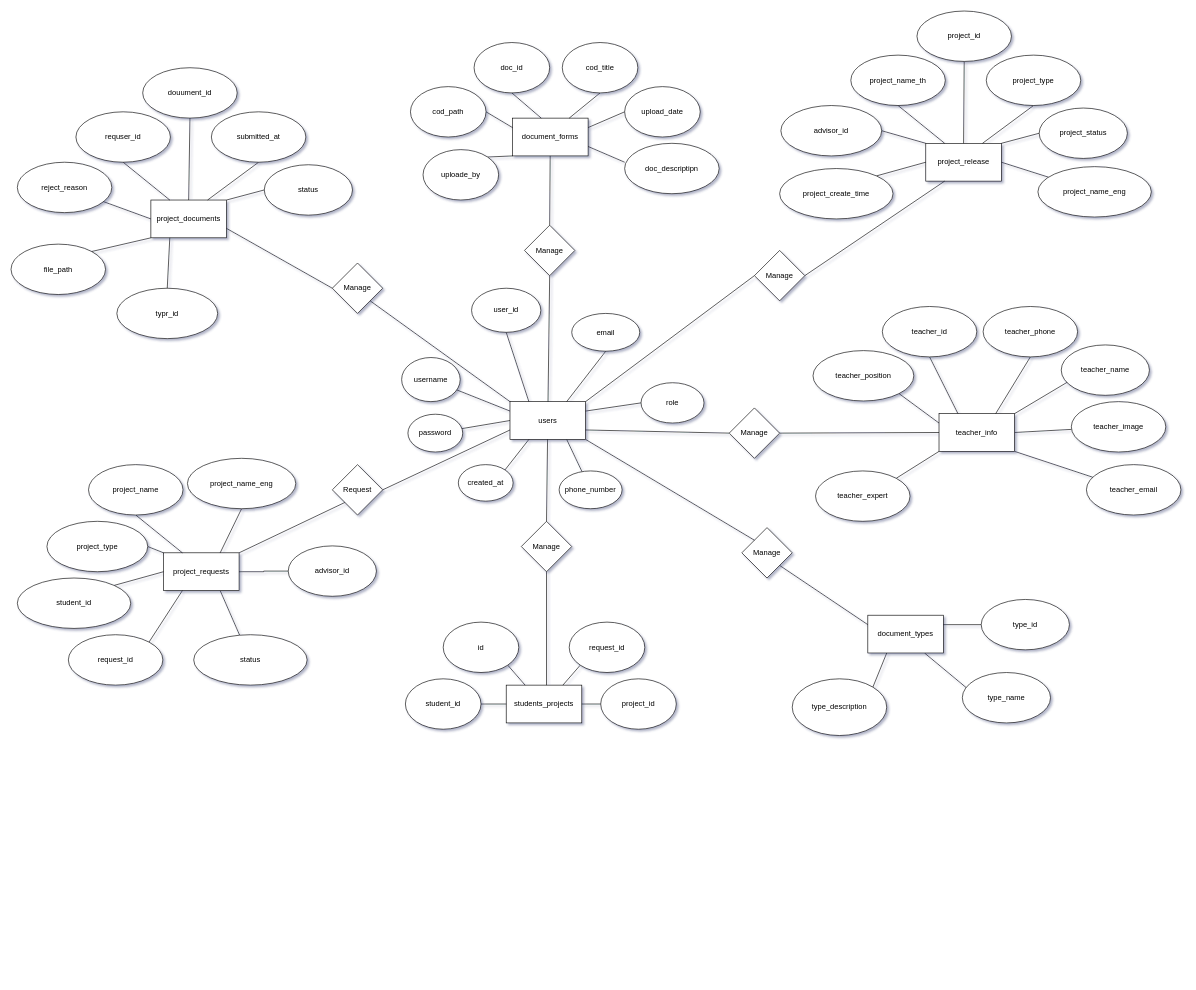
This is ER.drawio from ItsRyS/Diagram-pms, a draw.io file, before an edit. Source tidied: cells renumbered, new cells numbered last; positions are measured from the earlier drawing's top-left corner, leaving out a move shared by most shapes. Both pictures are drawn from the tidied source at 63%, with x=0, y=0 at pixel (11, 11).
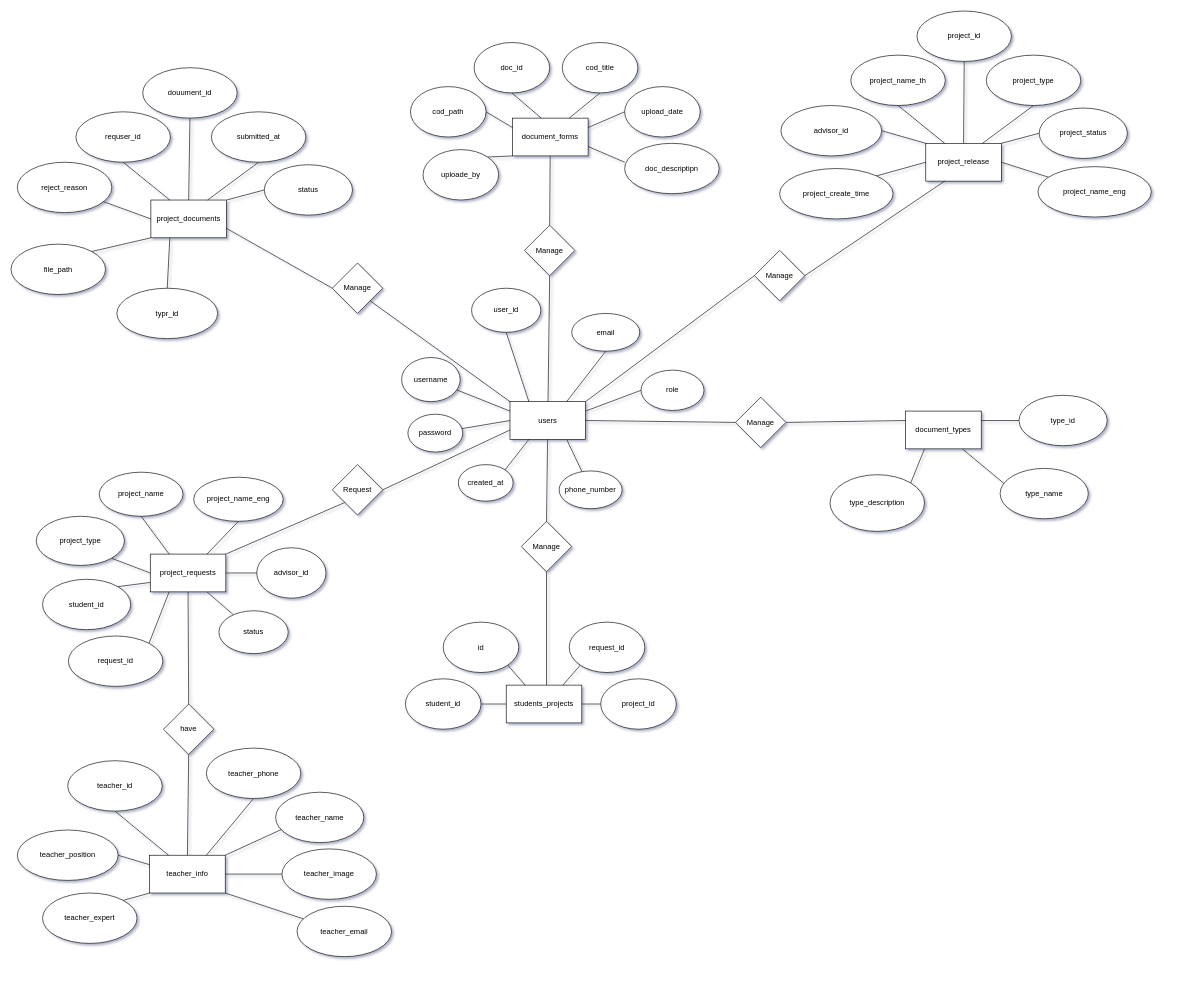
The same diagram, later.

Unchanged cells that the change refers to:
```xml
<mxCell id="82" style="group;" parent="1" vertex="1">
  <mxGeometry x="590" y="410" width="560" height="380" as="geometry" />
</mxCell>
<mxCell id="84" value="users" style="rounded=0;whiteSpace=wrap;" parent="82" vertex="1">
  <mxGeometry x="202" y="210" width="120" height="60" as="geometry" />
</mxCell>
<mxCell id="104" style="group;" parent="103" vertex="1">
  <mxGeometry width="574" height="351" as="geometry" />
</mxCell>
<mxCell id="106" value="teacher_info" style="rounded=0;whiteSpace=wrap;" parent="104" vertex="1">
  <mxGeometry x="190" y="180" width="120" height="60" as="geometry" />
</mxCell>
<mxCell id="134" style="group;" parent="129" vertex="1">
  <mxGeometry width="470" height="170" as="geometry" />
</mxCell>
<mxCell id="136" value="document_types" style="rounded=0;whiteSpace=wrap;" parent="135" vertex="1">
  <mxGeometry y="25" width="120" height="60" as="geometry" />
</mxCell>
```

Change to the diagram source:
```diff
@@
     <mxCell id="45" style="group;" parent="1" vertex="1">
-      <mxGeometry x="10" y="720" width="590" height="350" as="geometry" />
+      <mxGeometry x="10" y="722" width="590" height="350" as="geometry" />
     </mxCell>
@@
     <mxCell id="47" value="project_requests" style="rounded=0;whiteSpace=wrap;" parent="45" vertex="1">
-      <mxGeometry x="232" y="140" width="120" height="60" as="geometry" />
+      <mxGeometry x="211" y="140" width="120" height="60" as="geometry" />
     </mxCell>
@@
     <mxCell id="49" value="project_name_eng" style="ellipse;whiteSpace=wrap;" parent="45" vertex="1">
-      <mxGeometry x="270" y="-10" width="172" height="80" as="geometry" />
+      <mxGeometry x="280" y="18" width="142" height="70" as="geometry" />
     </mxCell>
@@
     <mxCell id="51" value="project_name" style="ellipse;whiteSpace=wrap;" parent="45" vertex="1">
-      <mxGeometry x="113" width="150" height="80" as="geometry" />
+      <mxGeometry x="130" y="10" width="133" height="70" as="geometry" />
     </mxCell>
@@
     <mxCell id="53" value="advisor_id" style="ellipse;whiteSpace=wrap;" parent="45" vertex="1">
-      <mxGeometry x="430" y="129" width="140" height="80" as="geometry" />
+      <mxGeometry x="380" y="130" width="110" height="80" as="geometry" />
     </mxCell>
     <mxCell id="54" value="status" style="ellipse;whiteSpace=wrap;" parent="45" vertex="1">
-      <mxGeometry x="280" y="270" width="180" height="80" as="geometry" />
+      <mxGeometry x="320" y="230" width="110" height="68" as="geometry" />
     </mxCell>
-    <mxCell id="55" style="rounded=0;jettySize=auto;exitX=1;exitY=0.5;exitDx=0;exitDy=0;entryX=0;entryY=0;entryDx=0;entryDy=0;endArrow=none;endFill=0;" parent="45" edge="1" source="56" target="47">
+    <mxCell id="55" style="rounded=0;jettySize=auto;exitX=1;exitY=1;exitDx=0;exitDy=0;entryX=0;entryY=0.5;entryDx=0;entryDy=0;endArrow=none;endFill=0;" parent="45" edge="1" source="56" target="47">
       <mxGeometry relative="1" as="geometry" />
     </mxCell>
     <mxCell id="56" value="project_type" style="ellipse;whiteSpace=wrap;" parent="45" vertex="1">
-      <mxGeometry x="47" y="90" width="160" height="80" as="geometry" />
+      <mxGeometry x="30" y="80" width="140" height="78" as="geometry" />
     </mxCell>
-    <mxCell id="57" style="rounded=0;jettySize=auto;exitX=1;exitY=0;exitDx=0;exitDy=0;entryX=0;entryY=0.5;entryDx=0;entryDy=0;endArrow=none;endFill=0;" parent="45" edge="1" source="58" target="47">
+    <mxCell id="57" style="rounded=0;jettySize=auto;exitX=1;exitY=0;exitDx=0;exitDy=0;entryX=0;entryY=0.75;entryDx=0;entryDy=0;endArrow=none;endFill=0;" parent="45" edge="1" source="58" target="47">
       <mxGeometry relative="1" as="geometry" />
     </mxCell>
     <mxCell id="58" value="student_id" style="ellipse;whiteSpace=wrap;" parent="45" vertex="1">
-      <mxGeometry y="180" width="180" height="80" as="geometry" />
+      <mxGeometry x="40" y="180" width="140" height="80" as="geometry" />
     </mxCell>
@@
     <mxCell id="88" value="role" style="ellipse;whiteSpace=wrap;" parent="82" vertex="1">
-      <mxGeometry x="410" y="180" width="100" height="64" as="geometry" />
+      <mxGeometry x="410" y="160" width="100" height="64" as="geometry" />
     </mxCell>
@@
     <mxCell id="103" style="group;" parent="1" vertex="1">
-      <mxGeometry x="1283" y="459" width="574" height="371" as="geometry" />
+      <mxGeometry x="30" y="1160" width="574" height="371" as="geometry" />
     </mxCell>
@@
     <mxCell id="108" value="teacher_phone" style="ellipse;whiteSpace=wrap;" parent="104" vertex="1">
-      <mxGeometry x="260" y="10" width="150" height="80" as="geometry" />
+      <mxGeometry x="280" y="10" width="150" height="80" as="geometry" />
     </mxCell>
@@
     <mxCell id="110" value="teacher_name" style="ellipse;whiteSpace=wrap;" parent="104" vertex="1">
-      <mxGeometry x="384" y="71" width="140" height="80" as="geometry" />
+      <mxGeometry x="390" y="80" width="140" height="80" as="geometry" />
     </mxCell>
     <mxCell id="111" value="teacher_image" style="ellipse;whiteSpace=wrap;" parent="104" vertex="1">
-      <mxGeometry x="400" y="161" width="150" height="80" as="geometry" />
+      <mxGeometry x="400" y="170" width="150" height="80" as="geometry" />
     </mxCell>
-    <mxCell id="112" style="rounded=0;jettySize=auto;exitX=1;exitY=1;exitDx=0;exitDy=0;entryX=0;entryY=0.25;entryDx=0;entryDy=0;endArrow=none;endFill=0;" parent="104" edge="1" source="113" target="106">
+    <mxCell id="112" style="rounded=0;jettySize=auto;exitX=1;exitY=0.5;exitDx=0;exitDy=0;entryX=0;entryY=0.25;entryDx=0;entryDy=0;endArrow=none;endFill=0;" parent="104" edge="1" source="113" target="106">
       <mxGeometry relative="1" as="geometry" />
     </mxCell>
     <mxCell id="113" value="teacher_position" style="ellipse;whiteSpace=wrap;" parent="104" vertex="1">
-      <mxGeometry x="-10" y="80" width="160" height="80" as="geometry" />
+      <mxGeometry x="-20" y="140" width="160" height="80" as="geometry" />
     </mxCell>
@@
     <mxCell id="115" value="teacher_expert" style="ellipse;whiteSpace=wrap;" parent="104" vertex="1">
-      <mxGeometry x="-6" y="271" width="150" height="80" as="geometry" />
+      <mxGeometry x="20" y="240" width="150" height="80" as="geometry" />
     </mxCell>
@@
     <mxCell id="117" value="teacher_id" style="ellipse;whiteSpace=wrap;" parent="104" vertex="1">
-      <mxGeometry x="100" y="10" width="150" height="80" as="geometry" />
+      <mxGeometry x="60" y="30" width="150" height="80" as="geometry" />
     </mxCell>
@@
+    <mxCell id="121" value="have" style="rhombus;whiteSpace=wrap;html=1;rounded=0;" parent="104" vertex="1">
+      <mxGeometry x="212" y="-60" width="80" height="80" as="geometry" />
+    </mxCell>
-    <mxCell id="120" style="rounded=0;jettySize=auto;html=1;exitX=1;exitY=0.5;exitDx=0;exitDy=0;entryX=0;entryY=0.5;entryDx=0;entryDy=0;endArrow=none;endFill=0;" parent="1" edge="1" source="121" target="106">
+    <mxCell id="120" style="rounded=0;jettySize=auto;html=1;exitX=0.5;exitY=1;exitDx=0;exitDy=0;entryX=0.5;entryY=0;entryDx=0;entryDy=0;endArrow=none;endFill=0;" parent="104" edge="1" source="121" target="106">
       <mxGeometry relative="1" as="geometry" />
     </mxCell>
-    <mxCell id="121" value="Manage" style="rhombus;whiteSpace=wrap;html=1;rounded=0;" parent="1" vertex="1">
-      <mxGeometry x="1140" y="630" width="80" height="80" as="geometry" />
-    </mxCell>
-    <mxCell id="122" style="rounded=0;jettySize=auto;html=1;exitX=1;exitY=0.75;exitDx=0;exitDy=0;entryX=0;entryY=0.5;entryDx=0;entryDy=0;endArrow=none;endFill=0;" parent="1" edge="1" source="84" target="121">
+    <mxCell id="122" style="rounded=0;jettySize=auto;html=1;exitX=0.5;exitY=1;exitDx=0;exitDy=0;entryX=0.5;entryY=0;entryDx=0;entryDy=0;endArrow=none;endFill=0;" parent="1" edge="1" source="47" target="121">
       <mxGeometry relative="1" as="geometry" />
     </mxCell>
-    <mxCell id="123" style="rounded=0;jettySize=auto;html=1;exitX=1;exitY=1;exitDx=0;exitDy=0;entryX=0;entryY=0.25;entryDx=0;entryDy=0;endArrow=none;endFill=0;" parent="1" edge="1" source="124" target="136">
+    <mxCell id="123" style="rounded=0;jettySize=auto;html=1;exitX=1;exitY=0.5;exitDx=0;exitDy=0;entryX=0;entryY=0.25;entryDx=0;entryDy=0;endArrow=none;endFill=0;" parent="1" edge="1" source="124" target="136">
       <mxGeometry relative="1" as="geometry" />
     </mxCell>
     <mxCell id="124" value="Manage" style="rhombus;whiteSpace=wrap;html=1;rounded=0;" parent="1" vertex="1">
-      <mxGeometry x="1160" y="820" width="80" height="80" as="geometry" />
+      <mxGeometry x="1150" y="613" width="80" height="80" as="geometry" />
     </mxCell>
@@
-    <mxCell id="128" style="rounded=0;jettySize=auto;html=1;exitX=1;exitY=1;exitDx=0;exitDy=0;entryX=0;entryY=0;entryDx=0;entryDy=0;endArrow=none;endFill=0;" parent="1" edge="1" source="84" target="124">
+    <mxCell id="128" style="rounded=0;jettySize=auto;html=1;exitX=1;exitY=0.5;exitDx=0;exitDy=0;entryX=0;entryY=0.5;entryDx=0;entryDy=0;endArrow=none;endFill=0;" parent="1" edge="1" source="84" target="124">
       <mxGeometry relative="1" as="geometry" />
     </mxCell>
     <mxCell id="129" style="group;" parent="1" vertex="1">
-      <mxGeometry x="1180" y="850" width="470" height="300" as="geometry" />
+      <mxGeometry x="1250" y="860" width="470" height="300" as="geometry" />
     </mxCell>
@@
     <mxCell id="132" value="type_name" style="ellipse;whiteSpace=wrap;" parent="129" vertex="1">
-      <mxGeometry x="330" y="200" width="140" height="80" as="geometry" />
+      <mxGeometry x="320" y="-134" width="140" height="80" as="geometry" />
     </mxCell>
     <mxCell id="133" value="type_description" style="ellipse;whiteSpace=wrap;" parent="129" vertex="1">
-      <mxGeometry x="60" y="210" width="150" height="90" as="geometry" />
+      <mxGeometry x="50" y="-124" width="150" height="90" as="geometry" />
     </mxCell>
@@
     <mxCell id="135" style="group;" parent="134" vertex="1">
-      <mxGeometry x="180" y="84" width="320" height="85" as="geometry" />
+      <mxGeometry x="170" y="-250" width="320" height="85" as="geometry" />
     </mxCell>
```
